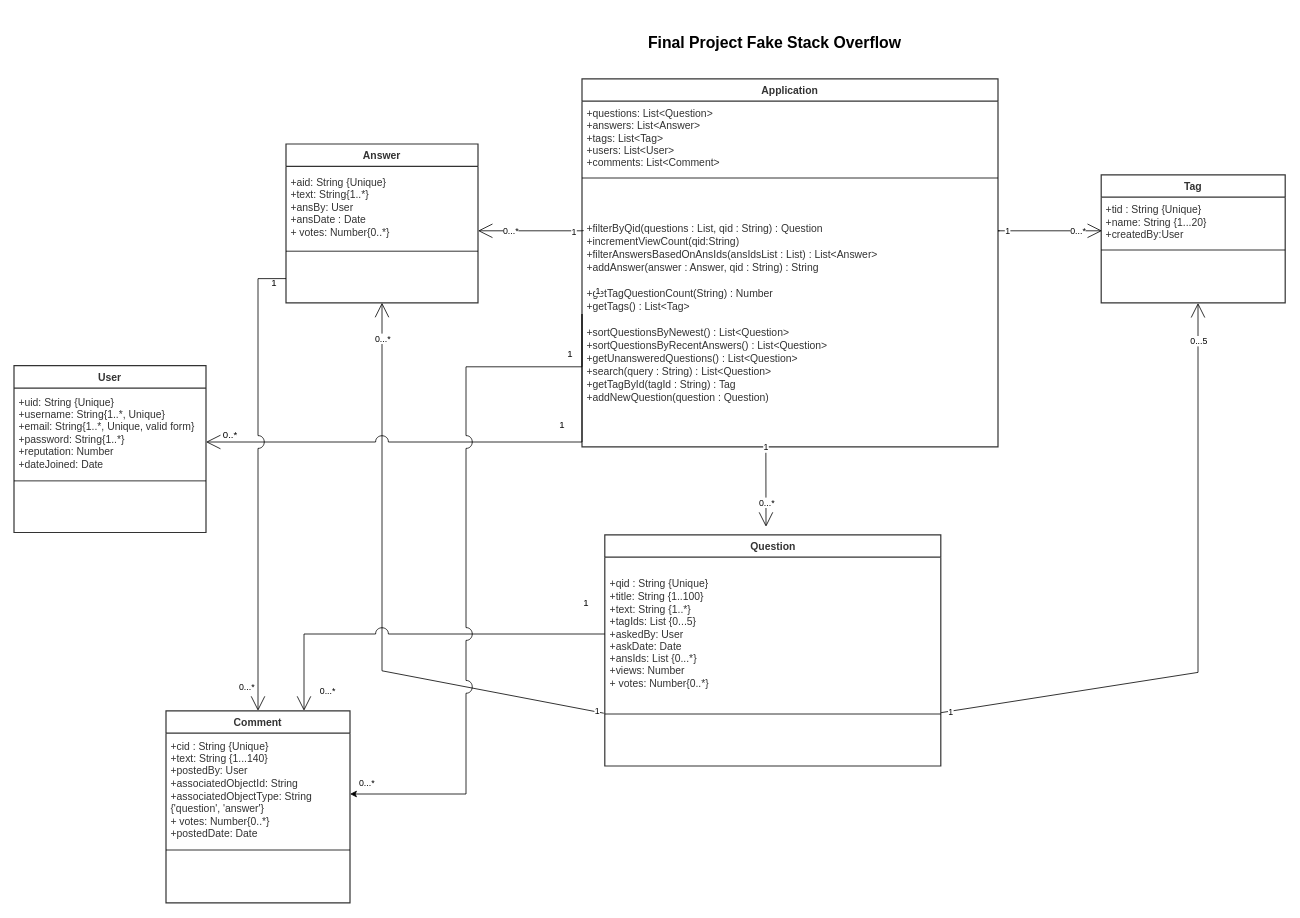
Before: page "UML" (1 of 19) of design/FakeStackOverflow.drawio in malhar212/stackoverflow-clone, a draw.io diagram. Source tidied: cells renumbered, new cells numbered last; positions are measured from the earlier drawing's top-left corner, leaving out a move shared by most shapes. Both pictures are drawn from the tidied source at 80%, with x=0, y=0 at pixel (14, 14).
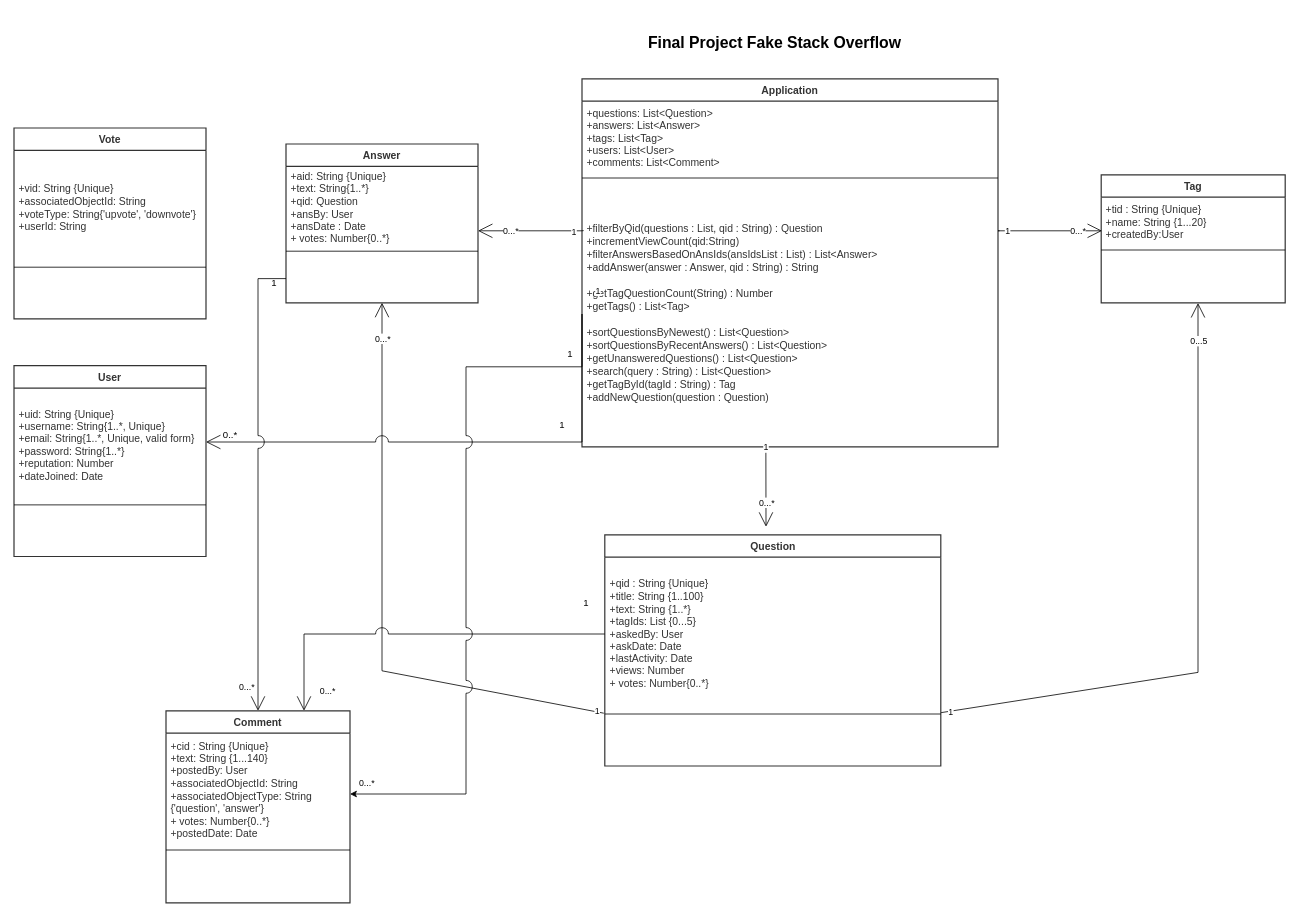
The same page after the edit.

Unchanged cells that the change refers to:
```xml
<mxCell id="9" value="Answer" style="html=1;overflow=block;blockSpacing=1;swimlane;horizontal=1;swimlaneFillColor=#ffffff;startSize=28;whiteSpace=wrap;fontSize=13;fontColor=#333333;fontStyle=1;align=center;spacing=0;strokeColor=#333333;strokeOpacity=100;strokeWidth=1.5;" parent="1" vertex="1">
  <mxGeometry x="340" y="162.5" width="240" height="198.5" as="geometry" />
</mxCell>
<mxCell id="13" value="Question" style="html=1;overflow=block;blockSpacing=1;swimlane;horizontal=1;swimlaneFillColor=#ffffff;startSize=28;whiteSpace=wrap;fontSize=13;fontColor=#333333;fontStyle=1;align=center;spacing=0;strokeColor=#333333;strokeOpacity=100;strokeWidth=1.5;" parent="1" vertex="1">
  <mxGeometry x="738.5" y="651" width="420" height="289" as="geometry" />
</mxCell>
```

Change to the diagram source:
```diff
@@
-    <mxCell id="10" value="+aid: String {Unique}&lt;br&gt;+text: String{1..*}&lt;br&gt;+ansBy: User&lt;br&gt;+ansDate : Date&lt;br&gt;+ votes: Number{0..*}" style="html=1;strokeColor=none;fillColor=none;align=left;verticalAlign=middle;spacingLeft=4;spacingRight=4;overflow=hidden;swimlaneFillColor=#ffffff;strokeOpacity=100;whiteSpace=wrap;fontSize=13;fontColor=#333333;" parent="9" vertex="1">
+    <mxCell id="10" value="+aid: String {Unique}&lt;br&gt;+text: String{1..*}&lt;br&gt;+qid: Question&lt;br&gt;+ansBy: User&lt;br&gt;+ansDate : Date&lt;br&gt;+ votes: Number{0..*}" style="html=1;strokeColor=none;fillColor=none;align=left;verticalAlign=middle;spacingLeft=4;spacingRight=4;overflow=hidden;swimlaneFillColor=#ffffff;strokeOpacity=100;whiteSpace=wrap;fontSize=13;fontColor=#333333;" parent="9" vertex="1">
       <mxGeometry y="28" width="240" height="102" as="geometry" />
     </mxCell>
@@
-    <mxCell id="14" value="+qid : String {Unique}&lt;br&gt;+title: String {1..100}&lt;br&gt;+text: String {1..*}&lt;br&gt;+tagIds: List {0...5}&lt;br&gt;+askedBy: User&lt;br&gt;+askDate: Date&lt;br&gt;+ansIds: List {0...*}&lt;br&gt;+views: Number&lt;br&gt;+ votes: Number{0..*}" style="html=1;strokeColor=none;fillColor=none;align=left;verticalAlign=middle;spacingLeft=4;spacingRight=4;overflow=hidden;points=[[0,0.5],[1,0.5]];portConstraint=eastwest;swimlaneFillColor=#ffffff;strokeOpacity=100;whiteSpace=wrap;fontSize=13;fontColor=#333333;" parent="13" vertex="1">
+    <mxCell id="14" value="+qid : String {Unique}&lt;br&gt;+title: String {1..100}&lt;br&gt;+text: String {1..*}&lt;br&gt;+tagIds: List {0...5}&lt;br&gt;+askedBy: User&lt;br&gt;+askDate: Date&lt;br&gt;+lastActivity: Date&lt;br&gt;+views: Number&lt;br&gt;+ votes: Number{0..*}" style="html=1;strokeColor=none;fillColor=none;align=left;verticalAlign=middle;spacingLeft=4;spacingRight=4;overflow=hidden;points=[[0,0.5],[1,0.5]];portConstraint=eastwest;swimlaneFillColor=#ffffff;strokeOpacity=100;whiteSpace=wrap;fontSize=13;fontColor=#333333;" parent="13" vertex="1">
       <mxGeometry y="28" width="420" height="192" as="geometry" />
     </mxCell>
@@
     <mxCell id="39" value="User" style="html=1;overflow=block;blockSpacing=1;swimlane;horizontal=1;swimlaneFillColor=#ffffff;startSize=28;whiteSpace=wrap;fontSize=13;fontColor=#333333;fontStyle=1;align=center;spacing=0;strokeColor=#333333;strokeOpacity=100;strokeWidth=1.5;" parent="1" vertex="1">
-      <mxGeometry y="439.6" width="240" height="208.5" as="geometry" />
+      <mxGeometry y="439.6" width="240" height="238.5" as="geometry" />
     </mxCell>
     <mxCell id="40" value="+uid: String {Unique}&lt;br&gt;+username: String{1..*, Unique}&lt;br&gt;+email: String{1..*, Unique, valid form}&lt;br&gt;+password: String{1..*}&lt;br&gt;+reputation: Number&lt;br&gt;+dateJoined: Date" style="html=1;strokeColor=none;fillColor=none;align=left;verticalAlign=middle;spacingLeft=4;spacingRight=4;overflow=hidden;swimlaneFillColor=#ffffff;strokeOpacity=100;whiteSpace=wrap;fontSize=13;fontColor=#333333;" parent="39" vertex="1">
-      <mxGeometry y="28" width="240" height="112" as="geometry" />
+      <mxGeometry y="28" width="240" height="142" as="geometry" />
     </mxCell>
     <mxCell id="41" style="line;strokeWidth=1;fillColor=none;align=left;verticalAlign=middle;spacingTop=-1;spacingLeft=3;spacingRight=3;labelPosition=right;" parent="39" vertex="1">
-      <mxGeometry y="140" width="240" height="8" as="geometry" />
+      <mxGeometry y="170" width="240" height="8" as="geometry" />
     </mxCell>
     <mxCell id="42" style="html=1;strokeColor=none;fillColor=none;align=left;verticalAlign=middle;spacingLeft=4;spacingRight=4;overflow=hidden;swimlaneFillColor=#ffffff;strokeOpacity=100;whiteSpace=wrap;fontSize=13;" parent="39" vertex="1">
-      <mxGeometry y="148" width="240" height="60.5" as="geometry" />
+      <mxGeometry y="178" width="240" height="60.5" as="geometry" />
     </mxCell>
@@
+    <mxCell id="58" value="Vote" style="html=1;overflow=block;blockSpacing=1;swimlane;horizontal=1;swimlaneFillColor=#ffffff;startSize=28;whiteSpace=wrap;fontSize=13;fontColor=#333333;fontStyle=1;align=center;spacing=0;strokeColor=#333333;strokeOpacity=100;strokeWidth=1.5;" parent="1" vertex="1">
+      <mxGeometry y="142.5" width="240" height="238.5" as="geometry" />
+    </mxCell>
+    <mxCell id="59" value="+vid: String {Unique}&lt;br&gt;+associatedObjectId: String&lt;br&gt;+voteType: String{'upvote', 'downvote'}&lt;br&gt;+userId: String" style="html=1;strokeColor=none;fillColor=none;align=left;verticalAlign=middle;spacingLeft=4;spacingRight=4;overflow=hidden;swimlaneFillColor=#ffffff;strokeOpacity=100;whiteSpace=wrap;fontSize=13;fontColor=#333333;" parent="58" vertex="1">
+      <mxGeometry y="28" width="240" height="142" as="geometry" />
+    </mxCell>
+    <mxCell id="60" style="line;strokeWidth=1;fillColor=none;align=left;verticalAlign=middle;spacingTop=-1;spacingLeft=3;spacingRight=3;labelPosition=right;" parent="58" vertex="1">
+      <mxGeometry y="170" width="240" height="8" as="geometry" />
+    </mxCell>
+    <mxCell id="61" style="html=1;strokeColor=none;fillColor=none;align=left;verticalAlign=middle;spacingLeft=4;spacingRight=4;overflow=hidden;swimlaneFillColor=#ffffff;strokeOpacity=100;whiteSpace=wrap;fontSize=13;" parent="58" vertex="1">
+      <mxGeometry y="178" width="240" height="60.5" as="geometry" />
+    </mxCell>
```
